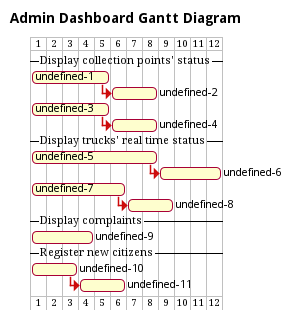
Before: uml/gantt-admin-dashboard.pm.png, a diagram exported from PlantUML (SmartWasteCollection/project-management).
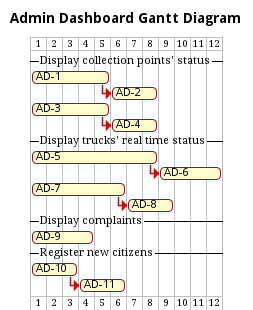
After the change.

Diff of the diagram source:
```diff
@@ -1,7 +1,7 @@
 @startgantt
 !include ../metamodels/gantt.iuml
 title Admin Dashboard Gantt Diagram
-!$requirement = AD
+!define requirement AD
 
 --Display collection points' status--
 
```
